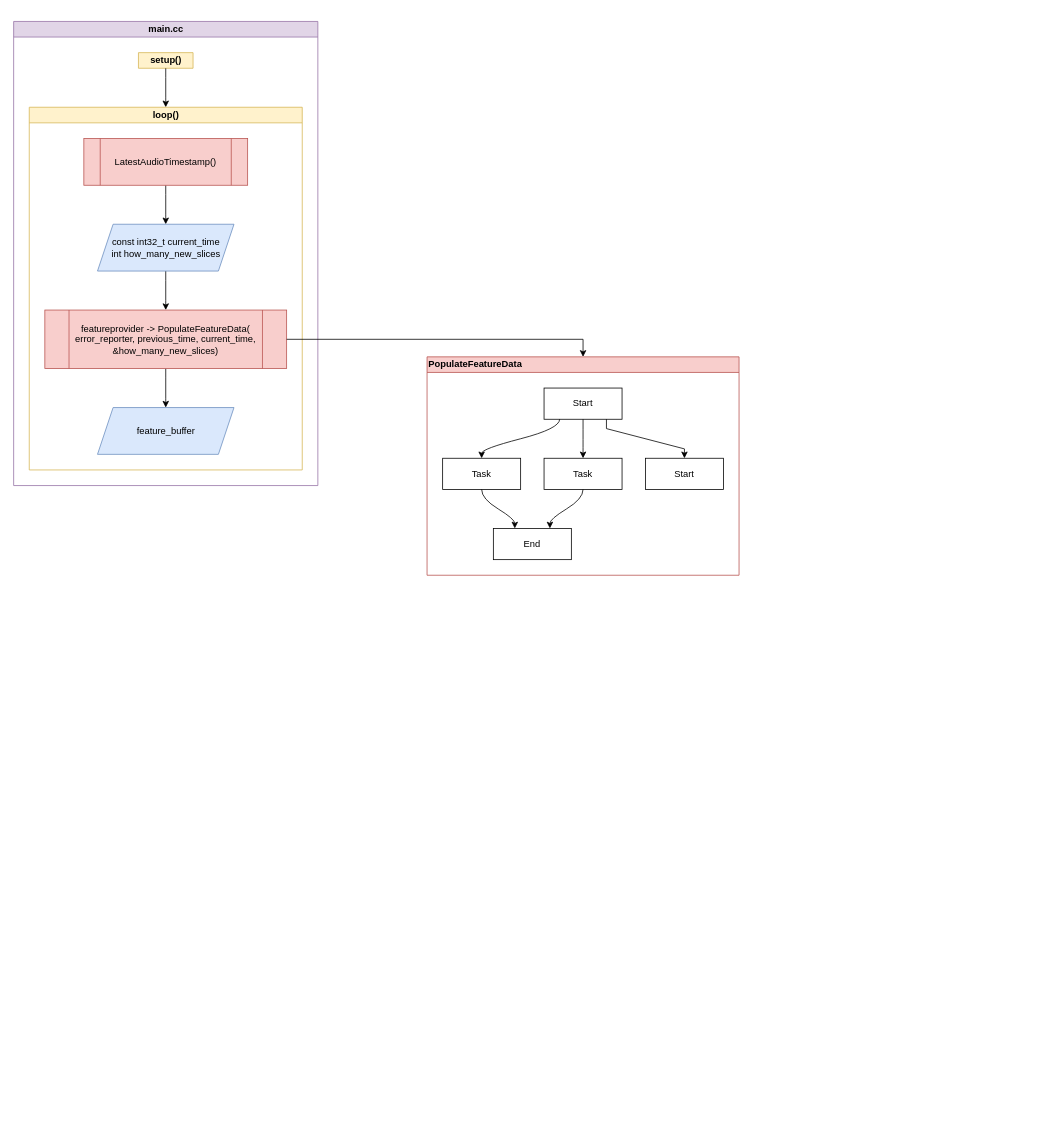
Before: page "Page-1" (1 of 2) of MicroSpeech.drawio in supertime1/Wake_Word, a draw.io diagram. Source tidied: cells renumbered, new cells numbered last; positions are measured from the earlier drawing's top-left corner, leaving out a move shared by most shapes. Both pictures are drawn from the tidied source at 78%, with x=0, y=0 at pixel (13, 21).
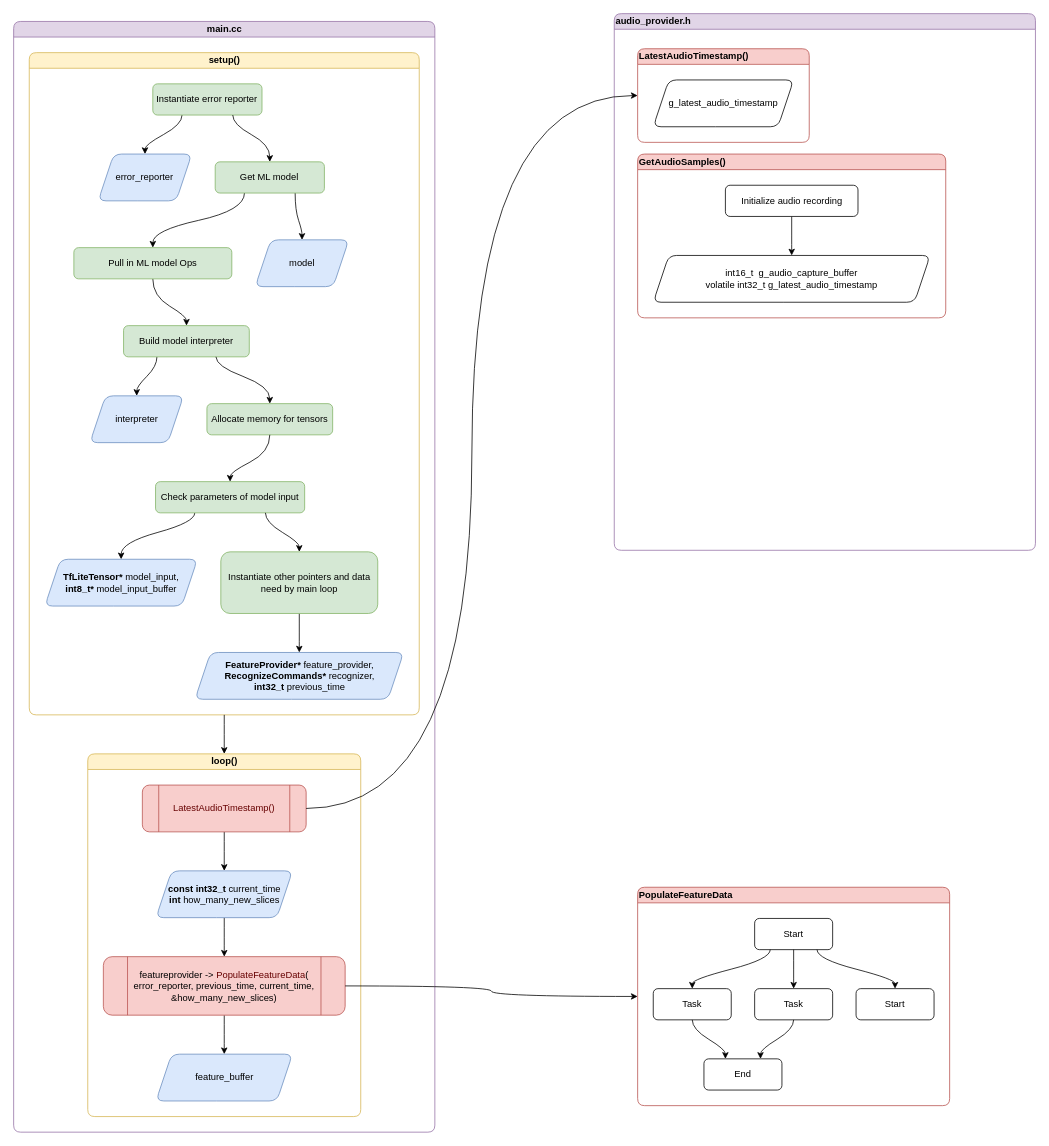
After the change.

Change to the diagram source:
```diff
@@
-    <mxCell id="2" value="main.cc" style="swimlane;html=1;startSize=20;horizontal=1;flowOrientation=north;interRankCellSpacing=50;containerType=tree;fillColor=#e1d5e7;strokeColor=#9673a6;" parent="1" vertex="1">
-      <mxGeometry width="390" height="595" as="geometry" />
+    <mxCell id="2" value="main.cc" style="swimlane;html=1;startSize=20;horizontal=1;flowOrientation=north;interRankCellSpacing=50;containerType=tree;fillColor=#e1d5e7;strokeColor=#9673a6;rounded=1;" parent="1" vertex="1">
+      <mxGeometry width="540" height="1424" as="geometry" />
     </mxCell>
-    <mxCell id="3" value="setup()" style="swimlane;html=1;startSize=20;horizontal=1;flowOrientation=north;interRankCellSpacing=50;containerType=tree;direction=east;flipH=0;flipV=0;fillColor=#fff2cc;strokeColor=#d6b656;" parent="2" vertex="1" collapsed="1">
-      <mxGeometry x="160" y="40" width="70" height="20" as="geometry" />
+    <mxCell id="3" value="setup()" style="swimlane;html=1;startSize=20;horizontal=1;flowOrientation=north;interRankCellSpacing=50;containerType=tree;direction=east;flipH=0;flipV=0;fillColor=#fff2cc;strokeColor=#d6b656;rounded=1;" parent="2" vertex="1">
+      <mxGeometry x="20" y="40" width="500" height="849" as="geometry" />
     </mxCell>
+    <mxCell id="25" style="edgeStyle=orthogonalEdgeStyle;jettySize=auto;html=1;noEdgeStyle=1;orthogonal=1;curved=1;" parent="3" edge="1" source="26" target="43">
+      <mxGeometry relative="1" as="geometry">
+        <Array as="points">
+          <mxPoint x="195.9" y="92" />
+          <mxPoint x="148.4" y="118" />
+        </Array>
+      </mxGeometry>
+    </mxCell>
+    <mxCell id="26" value="Instantiate&amp;nbsp;error reporter" style="whiteSpace=wrap;html=1;imageAspect=1;fillColor=#d5e8d4;strokeColor=#82b366;rounded=1;" parent="3" vertex="1">
+      <mxGeometry x="158.4" y="40" width="140" height="40" as="geometry" />
+    </mxCell>
+    <mxCell id="27" style="edgeStyle=orthogonalEdgeStyle;jettySize=auto;html=1;noEdgeStyle=1;orthogonal=1;curved=1;" parent="3" edge="1" source="28" target="30">
+      <mxGeometry relative="1" as="geometry">
+        <Array as="points">
+          <mxPoint x="158.4" y="312" />
+          <mxPoint x="201.6" y="338" />
+        </Array>
+      </mxGeometry>
+    </mxCell>
+    <mxCell id="28" value="Pull in ML model Ops" style="whiteSpace=wrap;html=1;imageAspect=1;fillColor=#d5e8d4;strokeColor=#82b366;rounded=1;" parent="3" vertex="1">
+      <mxGeometry x="57.2" y="250" width="202.5" height="40" as="geometry" />
+    </mxCell>
+    <mxCell id="29" style="edgeStyle=orthogonalEdgeStyle;jettySize=auto;html=1;noEdgeStyle=1;orthogonal=1;curved=1;" parent="3" edge="1" source="30" target="45">
+      <mxGeometry relative="1" as="geometry">
+        <Array as="points">
+          <mxPoint x="163.7" y="402" />
+          <mxPoint x="137.8" y="428" />
+        </Array>
+      </mxGeometry>
+    </mxCell>
+    <mxCell id="30" value="Build model interpreter" style="whiteSpace=wrap;html=1;direction=west;imageAspect=1;fillColor=#d5e8d4;strokeColor=#82b366;rounded=1;" parent="3" vertex="1">
+      <mxGeometry x="120.9" y="350" width="161.2" height="40" as="geometry" />
+    </mxCell>
+    <mxCell id="31" style="edgeStyle=orthogonalEdgeStyle;jettySize=auto;html=1;noEdgeStyle=1;orthogonal=1;curved=1;" parent="3" edge="1" source="26" target="34">
+      <mxGeometry relative="1" as="geometry">
+        <Array as="points">
+          <mxPoint x="260.9" y="92" />
+          <mxPoint x="308.4" y="118" />
+        </Array>
+      </mxGeometry>
+    </mxCell>
+    <mxCell id="32" style="edgeStyle=orthogonalEdgeStyle;jettySize=auto;html=1;entryX=0.5;entryY=0;entryDx=0;entryDy=0;noEdgeStyle=1;orthogonal=1;curved=1;" parent="3" edge="1" source="34" target="28">
+      <mxGeometry relative="1" as="geometry">
+        <Array as="points">
+          <mxPoint x="275.9" y="202" />
+          <mxPoint x="158.4" y="228" />
+        </Array>
+      </mxGeometry>
+    </mxCell>
+    <mxCell id="33" style="edgeStyle=orthogonalEdgeStyle;jettySize=auto;html=1;noEdgeStyle=1;orthogonal=1;curved=1;" parent="3" edge="1" source="34" target="44">
+      <mxGeometry relative="1" as="geometry">
+        <Array as="points">
+          <mxPoint x="340.9" y="202" />
+          <mxPoint x="349.7" y="228" />
+        </Array>
+      </mxGeometry>
+    </mxCell>
+    <mxCell id="34" value="Get ML model" style="whiteSpace=wrap;html=1;imageAspect=1;fillColor=#d5e8d4;strokeColor=#82b366;rounded=1;" parent="3" vertex="1">
+      <mxGeometry x="238.4" y="140" width="140" height="40" as="geometry" />
+    </mxCell>
+    <mxCell id="35" style="edgeStyle=orthogonalEdgeStyle;jettySize=auto;html=1;noEdgeStyle=1;orthogonal=1;curved=1;" parent="3" edge="1" source="30" target="36">
+      <mxGeometry relative="1" as="geometry">
+        <Array as="points">
+          <mxPoint x="239.4" y="402" />
+          <mxPoint x="308.4" y="428" />
+        </Array>
+      </mxGeometry>
+    </mxCell>
+    <mxCell id="36" value="Allocate memory for tensors" style="whiteSpace=wrap;html=1;direction=west;imageAspect=1;fillColor=#d5e8d4;strokeColor=#82b366;rounded=1;" parent="3" vertex="1">
+      <mxGeometry x="227.8" y="450" width="161.2" height="40" as="geometry" />
+    </mxCell>
+    <mxCell id="37" style="edgeStyle=orthogonalEdgeStyle;jettySize=auto;html=1;noEdgeStyle=1;orthogonal=1;curved=1;" parent="3" edge="1" source="36" target="39">
+      <mxGeometry relative="1" as="geometry">
+        <Array as="points">
+          <mxPoint x="308.4" y="512" />
+          <mxPoint x="257.5" y="538" />
+        </Array>
+      </mxGeometry>
+    </mxCell>
+    <mxCell id="38" style="edgeStyle=orthogonalEdgeStyle;jettySize=auto;html=1;noEdgeStyle=1;orthogonal=1;curved=1;" parent="3" edge="1" source="39" target="46">
+      <mxGeometry relative="1" as="geometry">
+        <Array as="points">
+          <mxPoint x="212.2" y="602" />
+          <mxPoint x="117.8" y="628" />
+        </Array>
+      </mxGeometry>
+    </mxCell>
+    <mxCell id="39" value="Check parameters of model input" style="whiteSpace=wrap;html=1;direction=west;imageAspect=1;fillColor=#d5e8d4;strokeColor=#82b366;rounded=1;" parent="3" vertex="1">
+      <mxGeometry x="161.9" y="550" width="191.2" height="40" as="geometry" />
+    </mxCell>
+    <mxCell id="40" style="edgeStyle=orthogonalEdgeStyle;jettySize=auto;html=1;noEdgeStyle=1;orthogonal=1;curved=1;" parent="3" edge="1" source="39" target="42">
+      <mxGeometry relative="1" as="geometry">
+        <Array as="points">
+          <mxPoint x="302.8" y="602" />
+          <mxPoint x="346.2" y="628" />
+        </Array>
+      </mxGeometry>
+    </mxCell>
+    <mxCell id="41" style="edgeStyle=orthogonalEdgeStyle;jettySize=auto;html=1;noEdgeStyle=1;orthogonal=1;curved=1;" parent="3" edge="1" source="42" target="47">
+      <mxGeometry relative="1" as="geometry">
+        <Array as="points">
+          <mxPoint x="346.2" y="731" />
+          <mxPoint x="346.2" y="757" />
+        </Array>
+      </mxGeometry>
+    </mxCell>
+    <mxCell id="42" value="Instantiate other pointers and data need by main loop" style="html=1;direction=west;whiteSpace=wrap;imageAspect=1;fillColor=#d5e8d4;strokeColor=#82b366;rounded=1;" parent="3" vertex="1">
+      <mxGeometry x="245.6" y="640" width="201.2" height="79" as="geometry" />
+    </mxCell>
+    <mxCell id="43" value="error_reporter" style="shape=parallelogram;perimeter=parallelogramPerimeter;whiteSpace=wrap;html=1;fixedSize=1;fillColor=#dae8fc;strokeColor=#6c8ebf;rounded=1;" parent="3" vertex="1">
+      <mxGeometry x="88.4" y="130" width="120" height="60" as="geometry" />
+    </mxCell>
+    <mxCell id="44" value="model" style="shape=parallelogram;perimeter=parallelogramPerimeter;whiteSpace=wrap;html=1;fixedSize=1;fillColor=#dae8fc;strokeColor=#6c8ebf;rounded=1;" parent="3" vertex="1">
+      <mxGeometry x="289.7" y="240" width="120" height="60" as="geometry" />
+    </mxCell>
+    <mxCell id="45" value="interpreter" style="shape=parallelogram;perimeter=parallelogramPerimeter;whiteSpace=wrap;html=1;fixedSize=1;fillColor=#dae8fc;strokeColor=#6c8ebf;rounded=1;" parent="3" vertex="1">
+      <mxGeometry x="77.8" y="440" width="120" height="60" as="geometry" />
+    </mxCell>
+    <mxCell id="46" value="&lt;b&gt;TfLiteTensor*&lt;/b&gt; model_input,&lt;br&gt;&lt;b&gt;int8_t*&lt;/b&gt; model_input_buffer" style="shape=parallelogram;perimeter=parallelogramPerimeter;whiteSpace=wrap;html=1;fixedSize=1;fillColor=#dae8fc;strokeColor=#6c8ebf;rounded=1;" parent="3" vertex="1">
+      <mxGeometry x="20" y="649.5" width="195.6" height="60" as="geometry" />
+    </mxCell>
+    <mxCell id="47" value="&lt;b&gt;FeatureProvider*&lt;/b&gt; feature_provider,&lt;br&gt;&lt;b&gt;RecognizeCommands*&lt;/b&gt; recognizer,&lt;br&gt;&lt;b&gt;int32_t&lt;/b&gt; previous_time" style="shape=parallelogram;perimeter=parallelogramPerimeter;whiteSpace=wrap;html=1;fixedSize=1;fillColor=#dae8fc;strokeColor=#6c8ebf;rounded=1;" parent="3" vertex="1">
+      <mxGeometry x="212.5" y="769" width="267.5" height="60" as="geometry" />
+    </mxCell>
-    <mxCell id="4" style="edgeStyle=orthogonalEdgeStyle;rounded=0;jettySize=auto;html=1;noEdgeStyle=1;orthogonal=1;" parent="2" edge="1" source="3" target="5">
+    <mxCell id="4" style="edgeStyle=orthogonalEdgeStyle;jettySize=auto;html=1;noEdgeStyle=1;orthogonal=1;curved=1;" parent="2" edge="1" source="3" target="5">
       <mxGeometry relative="1" as="geometry">
         <Array as="points">
-          <mxPoint x="195" y="72" />
-          <mxPoint x="195" y="98" />
+          <mxPoint x="270" y="901" />
+          <mxPoint x="270" y="927" />
         </Array>
       </mxGeometry>
     </mxCell>
-    <mxCell id="5" value="loop()" style="swimlane;html=1;startSize=20;horizontal=1;flowOrientation=north;interRankCellSpacing=50;containerType=tree;direction=east;flipH=0;flipV=0;fillColor=#fff2cc;strokeColor=#d6b656;" parent="2" vertex="1">
-      <mxGeometry x="20" y="110" width="350" height="465" as="geometry" />
+    <mxCell id="5" value="loop()" style="swimlane;html=1;startSize=20;horizontal=1;flowOrientation=north;interRankCellSpacing=50;containerType=tree;direction=east;flipH=0;flipV=0;fillColor=#fff2cc;strokeColor=#d6b656;rounded=1;" parent="2" vertex="1">
+      <mxGeometry x="95" y="939" width="350" height="465" as="geometry" />
     </mxCell>
-    <mxCell id="6" style="edgeStyle=orthogonalEdgeStyle;rounded=0;jettySize=auto;html=1;noEdgeStyle=1;orthogonal=1;" parent="5" edge="1" source="7" target="9">
+    <mxCell id="6" style="edgeStyle=orthogonalEdgeStyle;jettySize=auto;html=1;noEdgeStyle=1;orthogonal=1;curved=1;" parent="5" edge="1" source="7" target="9">
       <mxGeometry relative="1" as="geometry">
         <Array as="points">
           <mxPoint x="175" y="112" />
           <mxPoint x="175" y="138" />
         </Array>
       </mxGeometry>
     </mxCell>
-    <mxCell id="7" value="LatestAudioTimestamp()" style="shape=process;whiteSpace=wrap;html=1;backgroundOutline=1;fillColor=#f8cecc;strokeColor=#b85450;" parent="5" vertex="1">
+    <mxCell id="7" value="&lt;font color=&quot;#660000&quot;&gt;LatestAudioTimestamp()&lt;/font&gt;" style="shape=process;whiteSpace=wrap;html=1;backgroundOutline=1;fillColor=#f8cecc;strokeColor=#b85450;rounded=1;" parent="5" vertex="1">
       <mxGeometry x="70" y="40" width="210" height="60" as="geometry" />
     </mxCell>
-    <mxCell id="8" style="edgeStyle=orthogonalEdgeStyle;rounded=0;jettySize=auto;html=1;noEdgeStyle=1;orthogonal=1;" parent="5" edge="1" source="9" target="11">
+    <mxCell id="8" style="edgeStyle=orthogonalEdgeStyle;jettySize=auto;html=1;noEdgeStyle=1;orthogonal=1;curved=1;" parent="5" edge="1" source="9" target="11">
       <mxGeometry relative="1" as="geometry">
         <Array as="points">
           <mxPoint x="175" y="222" />
           <mxPoint x="175" y="248" />
         </Array>
       </mxGeometry>
     </mxCell>
-    <mxCell id="9" value="const int32_t current_time&lt;br&gt;int how_many_new_slices" style="shape=parallelogram;perimeter=parallelogramPerimeter;whiteSpace=wrap;html=1;fixedSize=1;fillColor=#dae8fc;strokeColor=#6c8ebf;" parent="5" vertex="1">
+    <mxCell id="9" value="&lt;b&gt;const int32_t&lt;/b&gt; current_time&lt;br&gt;&lt;b&gt;int&lt;/b&gt; how_many_new_slices" style="shape=parallelogram;perimeter=parallelogramPerimeter;whiteSpace=wrap;html=1;fixedSize=1;fillColor=#dae8fc;strokeColor=#6c8ebf;rounded=1;" parent="5" vertex="1">
       <mxGeometry x="87.5" y="150" width="175" height="60" as="geometry" />
     </mxCell>
-    <mxCell id="10" style="edgeStyle=orthogonalEdgeStyle;rounded=0;jettySize=auto;html=1;noEdgeStyle=1;orthogonal=1;" parent="5" edge="1" source="11" target="12">
+    <mxCell id="10" style="edgeStyle=orthogonalEdgeStyle;jettySize=auto;html=1;noEdgeStyle=1;orthogonal=1;curved=1;" parent="5" edge="1" source="11" target="12">
       <mxGeometry relative="1" as="geometry">
         <Array as="points">
           <mxPoint x="175" y="347" />
           <mxPoint x="175" y="373" />
         </Array>
       </mxGeometry>
     </mxCell>
-    <mxCell id="11" value="featureprovider -&amp;gt; PopulateFeatureData(&lt;br&gt;error_reporter, previous_time, current_time, &amp;amp;how_many_new_slices)" style="shape=process;whiteSpace=wrap;html=1;backgroundOutline=1;fillColor=#f8cecc;strokeColor=#b85450;" parent="5" vertex="1">
+    <mxCell id="11" value="featureprovider -&amp;gt; &lt;font color=&quot;#660000&quot;&gt;PopulateFeatureData&lt;/font&gt;(&lt;br&gt;error_reporter, previous_time, current_time, &amp;amp;how_many_new_slices)" style="shape=process;whiteSpace=wrap;html=1;backgroundOutline=1;fillColor=#f8cecc;strokeColor=#b85450;rounded=1;" parent="5" vertex="1">
       <mxGeometry x="20" y="260" width="310" height="75" as="geometry" />
     </mxCell>
-    <mxCell id="12" value="feature_buffer" style="shape=parallelogram;perimeter=parallelogramPerimeter;whiteSpace=wrap;html=1;fixedSize=1;fillColor=#dae8fc;strokeColor=#6c8ebf;" parent="5" vertex="1">
+    <mxCell id="12" value="feature_buffer" style="shape=parallelogram;perimeter=parallelogramPerimeter;whiteSpace=wrap;html=1;fixedSize=1;fillColor=#dae8fc;strokeColor=#6c8ebf;rounded=1;" parent="5" vertex="1">
       <mxGeometry x="87.5" y="385" width="175" height="60" as="geometry" />
     </mxCell>
-    <mxCell id="13" value="PopulateFeatureData" style="swimlane;html=1;startSize=20;horizontal=1;flowOrientation=north;interRankCellSpacing=50;containerType=tree;align=left;fillColor=#f8cecc;strokeColor=#b85450;" parent="1" vertex="1">
-      <mxGeometry x="530" y="430" width="400" height="280" as="geometry" />
+    <mxCell id="13" value="PopulateFeatureData" style="swimlane;html=1;startSize=20;horizontal=1;flowOrientation=north;interRankCellSpacing=50;containerType=tree;align=left;fillColor=#f8cecc;strokeColor=#b85450;rounded=1;" parent="1" vertex="1">
+      <mxGeometry x="800" y="1110" width="400" height="280" as="geometry" />
     </mxCell>
-    <mxCell id="14" value="Start" style="whiteSpace=wrap;html=1;" parent="13" vertex="1">
+    <mxCell id="14" value="Start" style="whiteSpace=wrap;html=1;rounded=1;" parent="13" vertex="1">
       <mxGeometry x="150" y="40" width="100" height="40" as="geometry" />
     </mxCell>
-    <mxCell id="15" value="Task" style="whiteSpace=wrap;html=1;" parent="13" vertex="1">
+    <mxCell id="15" value="Task" style="whiteSpace=wrap;html=1;rounded=1;" parent="13" vertex="1">
       <mxGeometry x="20" y="130" width="100" height="40" as="geometry" />
     </mxCell>
-    <mxCell id="16" style="html=1;curved=1;noEdgeStyle=1;orthogonal=1;" parent="13" edge="1" source="14" target="15">
+    <mxCell id="16" style="html=1;noEdgeStyle=1;orthogonal=1;curved=1;" parent="13" edge="1" source="14" target="15">
       <mxGeometry relative="1" as="geometry">
         <Array as="points">
           <mxPoint x="170" y="92" />
           <mxPoint x="70" y="118" />
         </Array>
       </mxGeometry>
     </mxCell>
-    <mxCell id="17" value="Task" style="whiteSpace=wrap;html=1;" parent="13" vertex="1">
+    <mxCell id="17" value="Task" style="whiteSpace=wrap;html=1;rounded=1;" parent="13" vertex="1">
       <mxGeometry x="150" y="130" width="100" height="40" as="geometry" />
     </mxCell>
-    <mxCell id="18" style="html=1;curved=1;noEdgeStyle=1;orthogonal=1;" parent="13" edge="1" source="14" target="17">
+    <mxCell id="18" style="html=1;noEdgeStyle=1;orthogonal=1;curved=1;" parent="13" edge="1" source="14" target="17">
       <mxGeometry relative="1" as="geometry">
         <Array as="points">
           <mxPoint x="200" y="94" />
           <mxPoint x="200" y="118" />
         </Array>
       </mxGeometry>
     </mxCell>
-    <mxCell id="19" value="End" style="whiteSpace=wrap;html=1;" parent="13" vertex="1">
+    <mxCell id="19" value="End" style="whiteSpace=wrap;html=1;rounded=1;" parent="13" vertex="1">
       <mxGeometry x="85" y="220" width="100" height="40" as="geometry" />
     </mxCell>
-    <mxCell id="20" style="html=1;curved=1;noEdgeStyle=1;orthogonal=1;" parent="13" edge="1" source="15" target="19">
+    <mxCell id="20" style="html=1;noEdgeStyle=1;orthogonal=1;curved=1;" parent="13" edge="1" source="15" target="19">
       <mxGeometry relative="1" as="geometry">
         <Array as="points">
           <mxPoint x="70" y="182" />
           <mxPoint x="112.5" y="208" />
         </Array>
       </mxGeometry>
     </mxCell>
-    <mxCell id="21" style="html=1;curved=1;noEdgeStyle=1;orthogonal=1;" parent="13" edge="1" source="17" target="19">
+    <mxCell id="21" style="html=1;noEdgeStyle=1;orthogonal=1;curved=1;" parent="13" edge="1" source="17" target="19">
       <mxGeometry relative="1" as="geometry">
         <Array as="points">
           <mxPoint x="200" y="182" />
           <mxPoint x="157.5" y="208" />
         </Array>
       </mxGeometry>
     </mxCell>
-    <mxCell id="22" style="edgeStyle=orthogonalEdgeStyle;rounded=0;jettySize=auto;html=1;noEdgeStyle=1;orthogonal=1;" parent="13" edge="1" source="14" target="23">
+    <mxCell id="22" style="edgeStyle=orthogonalEdgeStyle;jettySize=auto;html=1;noEdgeStyle=1;orthogonal=1;curved=1;" parent="13" edge="1" source="14" target="23">
       <mxGeometry relative="1" as="geometry">
         <Array as="points">
           <mxPoint x="230" y="92" />
           <mxPoint x="330" y="118" />
         </Array>
       </mxGeometry>
     </mxCell>
-    <mxCell id="23" value="Start" style="whiteSpace=wrap;html=1;" parent="13" vertex="1">
+    <mxCell id="23" value="Start" style="whiteSpace=wrap;html=1;rounded=1;" parent="13" vertex="1">
       <mxGeometry x="280" y="130" width="100" height="40" as="geometry" />
     </mxCell>
+    <mxCell id="48" value="audio_provider.h" style="swimlane;html=1;startSize=20;horizontal=1;containerType=tree;align=left;fillColor=#e1d5e7;strokeColor=#9673a6;rounded=1;" parent="1" vertex="1">
+      <mxGeometry x="770" y="-10" width="540" height="688" as="geometry" />
+    </mxCell>
+    <mxCell id="49" value="LatestAudioTimestamp()" style="swimlane;html=1;startSize=20;horizontal=1;flowOrientation=north;interRankCellSpacing=50;containerType=tree;align=left;fillColor=#f8cecc;strokeColor=#b85450;rounded=1;" parent="48" vertex="1">
+      <mxGeometry x="30" y="45" width="220" height="120" as="geometry" />
+    </mxCell>
+    <mxCell id="50" value="g_latest_audio_timestamp" style="shape=parallelogram;perimeter=parallelogramPerimeter;whiteSpace=wrap;html=1;fixedSize=1;align=center;rounded=1;" parent="49" vertex="1">
+      <mxGeometry x="20" y="40" width="180" height="60" as="geometry" />
+    </mxCell>
+    <mxCell id="51" value="GetAudioSamples()" style="swimlane;html=1;startSize=20;horizontal=1;flowOrientation=north;interRankCellSpacing=50;containerType=tree;align=left;fillColor=#f8cecc;strokeColor=#b85450;rounded=1;" parent="48" vertex="1">
+      <mxGeometry x="30" y="180" width="395" height="210" as="geometry" />
+    </mxCell>
+    <mxCell id="52" style="edgeStyle=orthogonalEdgeStyle;jettySize=auto;html=1;noEdgeStyle=1;orthogonal=1;curved=1;" parent="51" edge="1" source="53" target="54">
+      <mxGeometry relative="1" as="geometry">
+        <Array as="points">
+          <mxPoint x="197.5" y="92" />
+          <mxPoint x="197.5" y="118" />
+        </Array>
+      </mxGeometry>
+    </mxCell>
+    <mxCell id="53" value="Initialize audio recording" style="whiteSpace=wrap;html=1;rounded=1;" parent="51" vertex="1">
+      <mxGeometry x="112.5" y="40" width="170" height="40" as="geometry" />
+    </mxCell>
+    <mxCell id="54" value="int16_t&amp;nbsp; g_audio_capture_buffer&lt;br&gt;volatile int32_t g_latest_audio_timestamp" style="shape=parallelogram;perimeter=parallelogramPerimeter;whiteSpace=wrap;html=1;fixedSize=1;align=center;rounded=1;" parent="51" vertex="1">
+      <mxGeometry x="20" y="130" width="355" height="60" as="geometry" />
+    </mxCell>
+    <mxCell id="55" style="edgeStyle=orthogonalEdgeStyle;jettySize=auto;html=1;entryX=0;entryY=0.5;entryDx=0;entryDy=0;backgroundOutline=0;snapToPoint=0;curved=1;" parent="1" edge="1" source="7" target="49">
+      <mxGeometry relative="1" as="geometry" />
+    </mxCell>
-    <mxCell id="24" style="edgeStyle=orthogonalEdgeStyle;rounded=0;jettySize=auto;html=1;entryX=0.5;entryY=0;entryDx=0;entryDy=0;" parent="1" edge="1" source="11" target="13">
+    <mxCell id="24" style="edgeStyle=orthogonalEdgeStyle;jettySize=auto;html=1;entryX=0;entryY=0.5;entryDx=0;entryDy=0;curved=1;" parent="1" edge="1" source="11" target="13">
       <mxGeometry relative="1" as="geometry" />
     </mxCell>
```
